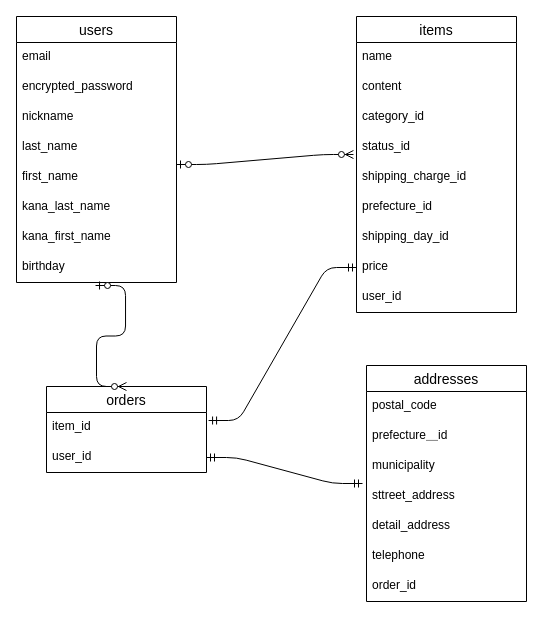
This is ER.dio from yuki1567/furima-36889, a draw.io file, before an edit. Source tidied: cells renumbered, new cells numbered last; positions are measured from the earlier drawing's top-left corner, leaving out a move shared by most shapes. Both pictures are drawn from the tidied source at 100%, with x=0, y=0 at pixel (16, 16).
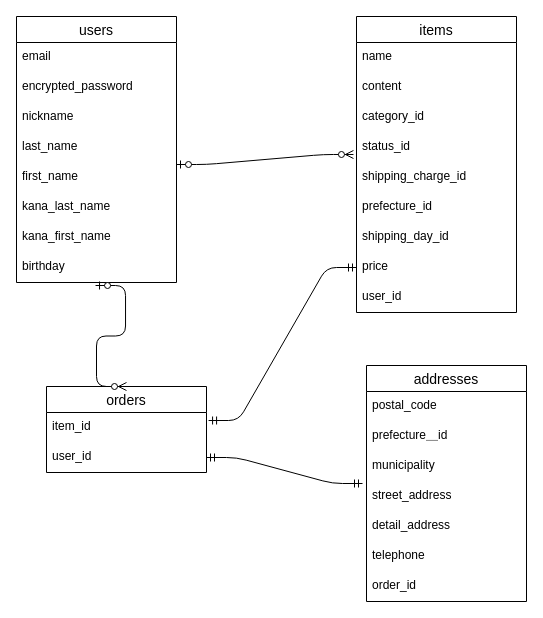
Above is the later version.

Unchanged cells that the change refers to:
```xml
<mxCell id="14" value="addresses" style="swimlane;fontStyle=0;horizontal=1;startSize=26;align=center;fontSize=14;" parent="1" vertex="1">
  <mxGeometry x="350" y="349" width="160" height="236" as="geometry" />
</mxCell>
```

The edit, as a diff of the source:
```diff
@@
-    <mxCell id="18" value="sttreet_address" style="text;strokeColor=none;fillColor=none;spacingLeft=4;spacingRight=4;overflow=hidden;points=[[0,0.5],[1,0.5]];portConstraint=eastwest;fontSize=12;" parent="14" vertex="1">
+    <mxCell id="18" value="street_address" style="text;strokeColor=none;fillColor=none;spacingLeft=4;spacingRight=4;overflow=hidden;points=[[0,0.5],[1,0.5]];portConstraint=eastwest;fontSize=12;" parent="14" vertex="1">
       <mxGeometry y="116" width="160" height="30" as="geometry" />
     </mxCell>
```
